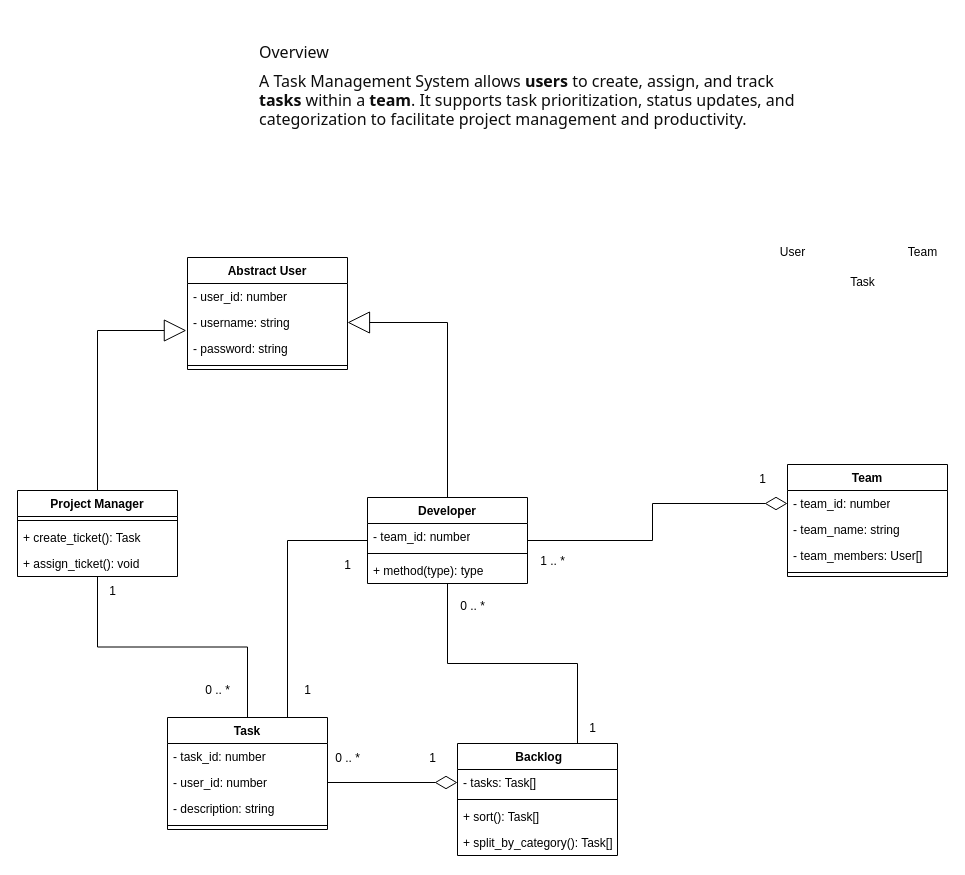
Earlier version of the draw.io diagram Task Management.drawio (VukanCekic/system-design). Source tidied: cells renumbered, new cells numbered last; positions are measured from the earlier drawing's top-left corner, leaving out a move shared by most shapes. Both pictures are drawn from the tidied source at 100%, with x=0, y=0 at pixel (17, 17).
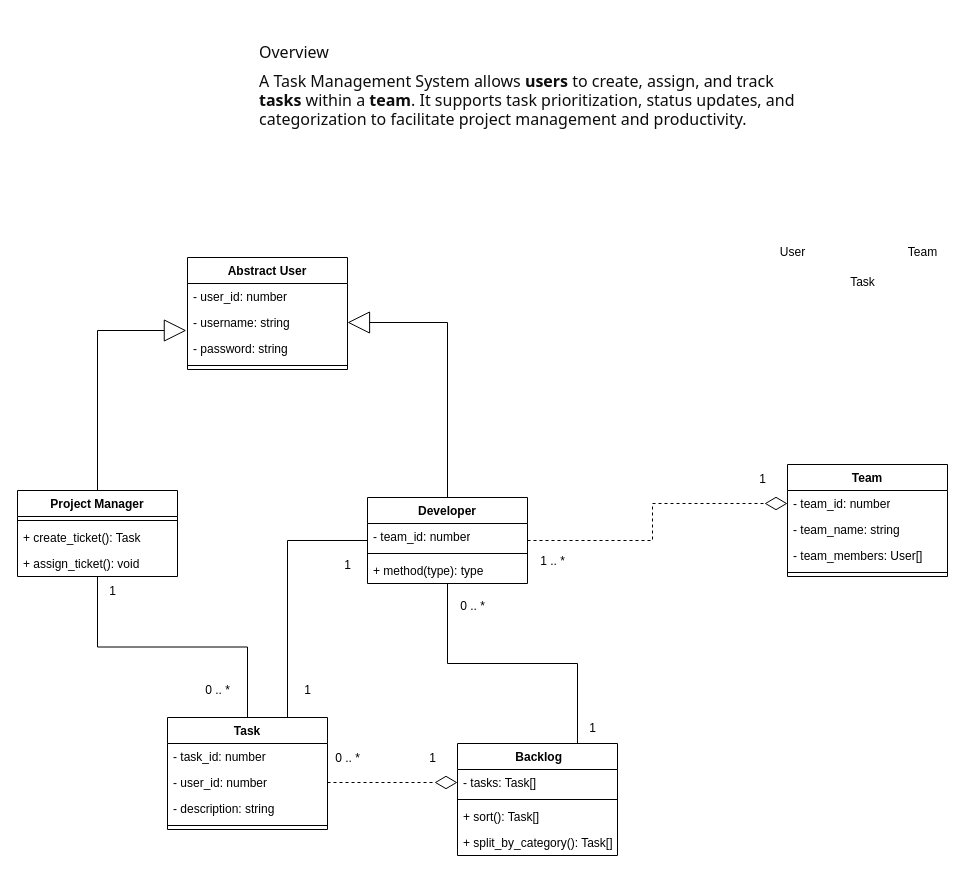
The same diagram, later.

Unchanged cells that the change refers to:
```xml
<mxCell id="12" value="- team_id: number" style="text;strokeColor=none;fillColor=none;align=left;verticalAlign=top;spacingLeft=4;spacingRight=4;overflow=hidden;points=[[0,0.5],[1,0.5]];portConstraint=eastwest;whiteSpace=wrap;html=1;" parent="11" vertex="1">
  <mxGeometry y="26" width="160" height="26" as="geometry" />
</mxCell>
<mxCell id="25" value="Developer" style="swimlane;fontStyle=1;align=center;verticalAlign=top;horizontal=1;startSize=26;whiteSpace=wrap;html=1;" parent="1" vertex="1">
  <mxGeometry x="350" y="480" width="160" height="86" as="geometry" />
</mxCell>
<mxCell id="34" value="- user_id: number" style="text;strokeColor=none;fillColor=none;align=left;verticalAlign=top;spacingLeft=4;spacingRight=4;overflow=hidden;points=[[0,0.5],[1,0.5]];portConstraint=eastwest;whiteSpace=wrap;html=1;" parent="32" vertex="1">
  <mxGeometry y="52" width="160" height="26" as="geometry" />
</mxCell>
<mxCell id="42" value="- tasks: Task[]" style="text;strokeColor=none;fillColor=none;align=left;verticalAlign=top;spacingLeft=4;spacingRight=4;overflow=hidden;points=[[0,0.5],[1,0.5]];portConstraint=eastwest;whiteSpace=wrap;html=1;" parent="41" vertex="1">
  <mxGeometry y="26" width="160" height="26" as="geometry" />
</mxCell>
```

Change to the diagram source:
```diff
@@
-    <mxCell id="22" style="edgeStyle=orthogonalEdgeStyle;rounded=0;jettySize=auto;html=1;entryX=0;entryY=0.5;entryDx=0;entryDy=0;endArrow=diamondThin;endFill=0;endSize=20;" parent="1" edge="1" source="25" target="12">
+    <mxCell id="22" style="edgeStyle=orthogonalEdgeStyle;rounded=0;jettySize=auto;html=1;entryX=0;entryY=0.5;entryDx=0;entryDy=0;endArrow=diamondThin;endFill=0;endSize=20;dashed=1;" parent="1" edge="1" source="25" target="12">
       <mxGeometry relative="1" as="geometry" />
     </mxCell>
@@
-    <mxCell id="46" style="edgeStyle=orthogonalEdgeStyle;rounded=0;jettySize=auto;html=1;endArrow=diamondThin;endFill=0;endSize=20;" parent="1" edge="1" source="34" target="42">
+    <mxCell id="46" style="edgeStyle=orthogonalEdgeStyle;rounded=0;jettySize=auto;html=1;endArrow=diamondThin;endFill=0;endSize=20;dashed=1;" parent="1" edge="1" source="34" target="42">
       <mxGeometry relative="1" as="geometry" />
     </mxCell>
```
